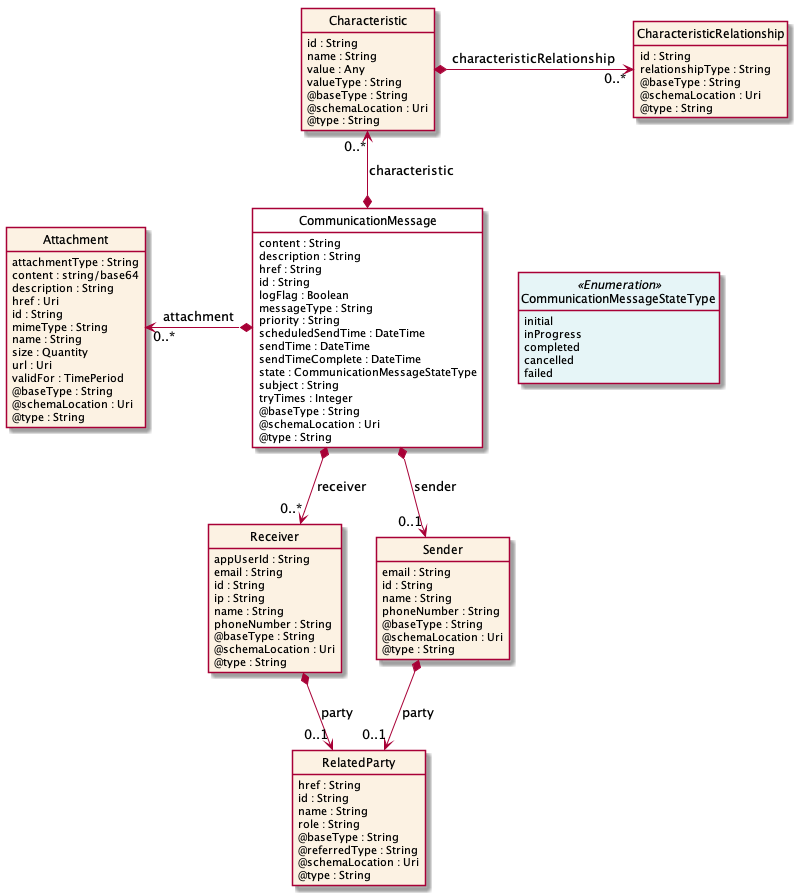
Earlier version of the PlantUML export apis/TMF681_Communication/documentation/diagrams/Resource_CommunicationMessage.png (tmforum-apis/Open_Api_And_Data_Model).
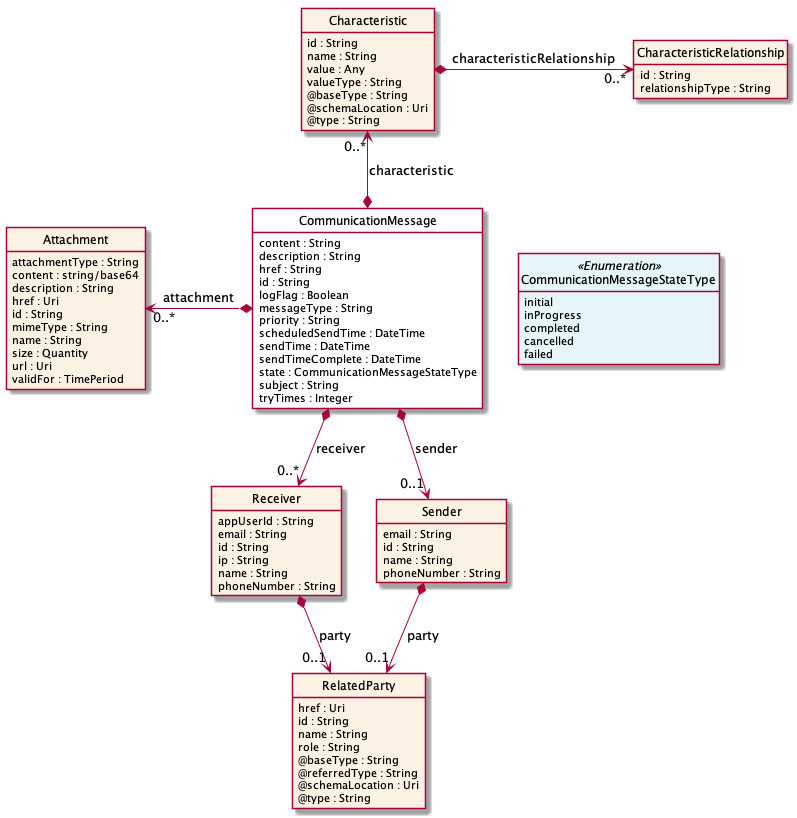
After the change.

Diff of the diagram source:
```diff
@@ -24,9 +24,6 @@
     state : CommunicationMessageStateType
     subject : String
     tryTimes : Integer
-    @baseType : String
-    @schemaLocation : Uri
-    @type : String
 }
 
 class CommunicationMessageStateType <<Enumeration>> {
@@ -44,13 +41,10 @@
     ip : String
     name : String
     phoneNumber : String
-    @baseType : String
-    @schemaLocation : Uri
-    @type : String
 }
 
 class RelatedParty  {
-    href : String
+    href : Uri
     id : String
     name : String
     role : String
@@ -73,9 +67,6 @@
 class CharacteristicRelationship  {
     id : String
     relationshipType : String
-    @baseType : String
-    @schemaLocation : Uri
-    @type : String
 }
 
 class Attachment  {
@@ -89,9 +80,6 @@
     size : Quantity
     url : Uri
     validFor : TimePeriod
-    @baseType : String
-    @schemaLocation : Uri
-    @type : String
 }
 
 class Sender  {
@@ -99,9 +87,6 @@
     id : String
     name : String
     phoneNumber : String
-    @baseType : String
-    @schemaLocation : Uri
-    @type : String
 }
 
 CommunicationMessage -right[hidden]-> CommunicationMessageStateType
```
